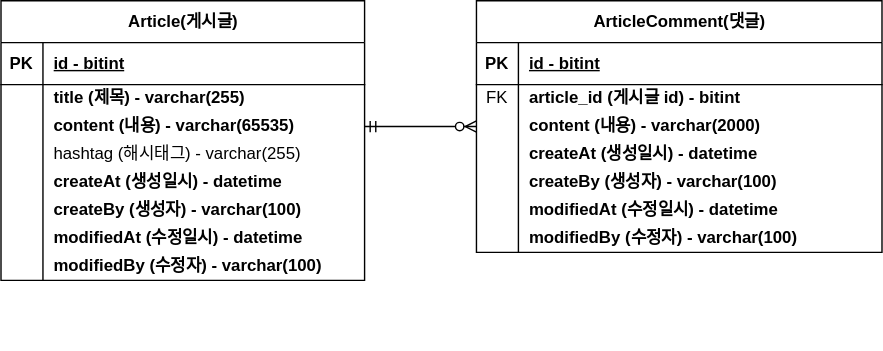
The draw.io diagram document/board-project-erd.svg in ggamang-so/board-project, before a commit. Source tidied: cells renumbered, new cells last; positions are measured from the earlier drawing's top-left corner, leaving out a move shared by most shapes.
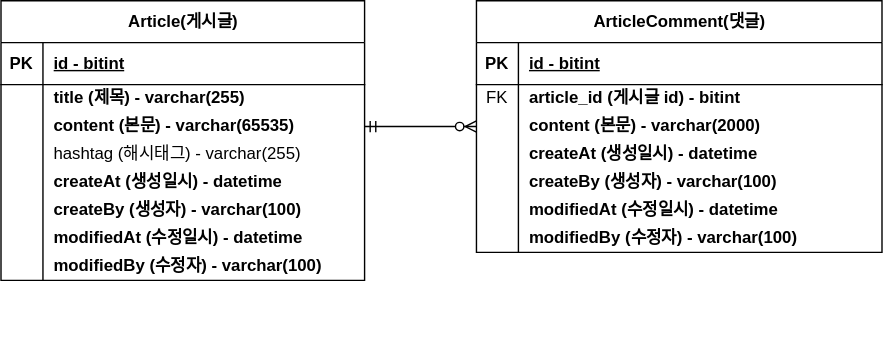
Later version of the same file.

Commit message:
#8 - ERD 논리명 변경 : board-project-erd.svg

The edit, as a diff of the source:
```diff
@@ -47,7 +47,7 @@
     <mxCell id="16" style="shape=partialRectangle;fillColor=none;top=0;left=0;bottom=0;right=0;overflow=hidden;whiteSpace=wrap;html=1;" parent="15" vertex="1">
       <mxGeometry width="30" height="20" as="geometry" />
     </mxCell>
-    <mxCell id="17" value="content (내용) - varchar(2000)" style="shape=partialRectangle;fillColor=none;top=0;left=0;bottom=0;right=0;align=left;spacingLeft=6;overflow=hidden;whiteSpace=wrap;html=1;fontStyle=1;" parent="15" vertex="1">
+    <mxCell id="17" value="content (본문) - varchar(2000)" style="shape=partialRectangle;fillColor=none;top=0;left=0;bottom=0;right=0;align=left;spacingLeft=6;overflow=hidden;whiteSpace=wrap;html=1;fontStyle=1;" parent="15" vertex="1">
       <mxGeometry x="30" width="260" height="20" as="geometry" />
     </mxCell>
     <mxCell id="18" style="shape=tableRow;horizontal=0;startSize=0;swimlaneHead=0;swimlaneBody=0;fillColor=none;top=0;left=0;right=0;bottom=0;" parent="8" vertex="1">
@@ -120,7 +120,7 @@
     <mxCell id="39" style="shape=partialRectangle;fillColor=none;top=0;left=0;bottom=0;right=0;overflow=hidden;whiteSpace=wrap;html=1;" parent="38" vertex="1">
       <mxGeometry width="30" height="20" as="geometry" />
     </mxCell>
-    <mxCell id="40" value="content (내용) - varchar(65535)" style="shape=partialRectangle;fillColor=none;top=0;left=0;bottom=0;right=0;align=left;spacingLeft=6;overflow=hidden;whiteSpace=wrap;html=1;fontStyle=1;" parent="38" vertex="1">
+    <mxCell id="40" value="content (본문) - varchar(65535)" style="shape=partialRectangle;fillColor=none;top=0;left=0;bottom=0;right=0;align=left;spacingLeft=6;overflow=hidden;whiteSpace=wrap;html=1;fontStyle=1;" parent="38" vertex="1">
       <mxGeometry x="30" width="230" height="20" as="geometry" />
     </mxCell>
     <mxCell id="41" style="shape=tableRow;horizontal=0;startSize=0;swimlaneHead=0;swimlaneBody=0;fillColor=none;top=0;left=0;right=0;bottom=0;" parent="31" vertex="1">
```
